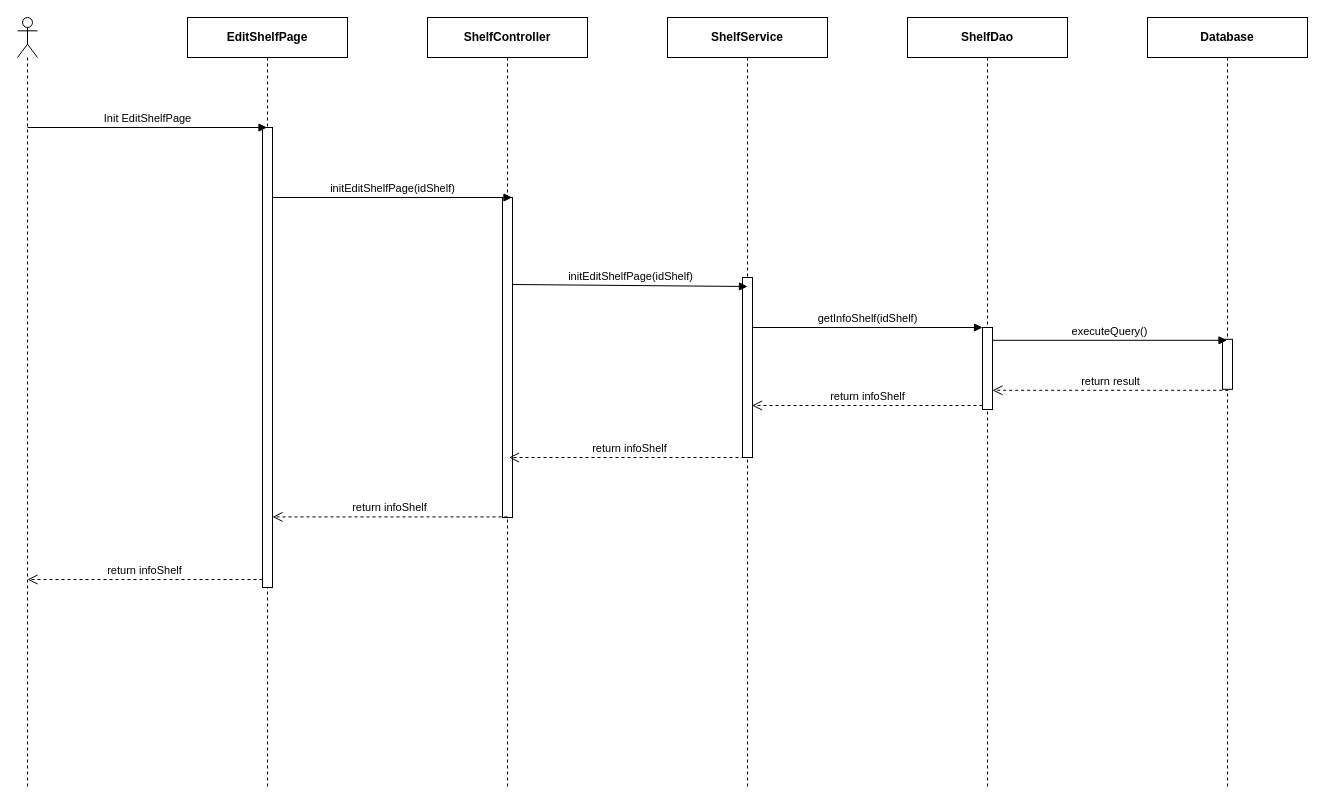
The draw.io diagram page "Ev01" (1 of 2) of 0. Create/Sequece/sc02/SC0203_EditShelf.drawio in luannmdev/CapstoneDocument, before the edit. Source tidied: cells renumbered, new cells numbered last; positions are measured from the earlier drawing's top-left corner, leaving out a move shared by most shapes. Both pictures are drawn from the tidied source at 100%, with x=0, y=0 at pixel (17, 17).
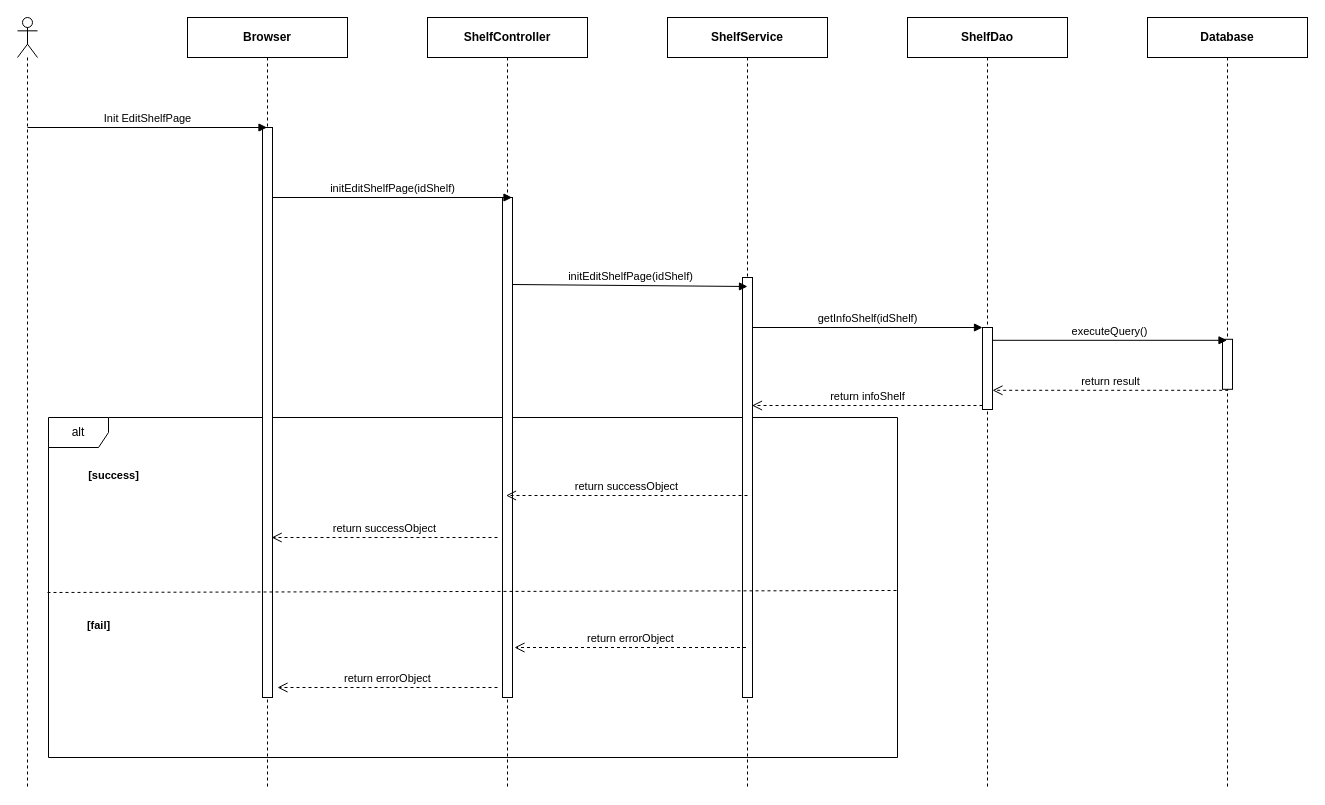
After the change.

The change refers to these unchanged cells:
```xml
<mxCell id="9" value="&lt;b&gt;Shelf&lt;/b&gt;&lt;b&gt;Service&lt;/b&gt;" style="shape=umlLifeline;perimeter=lifelinePerimeter;whiteSpace=wrap;html=1;" parent="1" vertex="1">
  <mxGeometry x="650" width="160" height="770" as="geometry" />
</mxCell>
<mxCell id="11" value="&lt;b&gt;ShelfController&lt;/b&gt;" style="shape=umlLifeline;perimeter=lifelinePerimeter;whiteSpace=wrap;html=1;" parent="1" vertex="1">
  <mxGeometry x="410" width="160" height="770" as="geometry" />
</mxCell>
```

Change to the diagram source:
```diff
@@
+    <mxCell id="23" value="alt" style="shape=umlFrame;whiteSpace=wrap;html=1;" parent="1" vertex="1">
+      <mxGeometry x="31" y="400" width="849" height="340" as="geometry" />
+    </mxCell>
@@
-    <mxCell id="3" value="&lt;b&gt;EditShelfPage&lt;/b&gt;" style="shape=umlLifeline;perimeter=lifelinePerimeter;whiteSpace=wrap;html=1;outlineConnect=0;" parent="1" vertex="1">
+    <mxCell id="3" value="&lt;b&gt;Browser&lt;/b&gt;" style="shape=umlLifeline;perimeter=lifelinePerimeter;whiteSpace=wrap;html=1;outlineConnect=0;" parent="1" vertex="1">
       <mxGeometry x="170" width="160" height="770" as="geometry" />
     </mxCell>
     <mxCell id="4" style="html=1;perimeter=orthogonalPerimeter;" parent="3" vertex="1">
-      <mxGeometry x="75" y="110" width="10" height="460" as="geometry" />
+      <mxGeometry x="75" y="110" width="10" height="570" as="geometry" />
     </mxCell>
@@
     <mxCell id="10" style="html=1;perimeter=orthogonalPerimeter;" parent="9" vertex="1">
-      <mxGeometry x="75" y="260" width="10" height="180" as="geometry" />
+      <mxGeometry x="75" y="260" width="10" height="420" as="geometry" />
     </mxCell>
@@
     <mxCell id="12" style="html=1;perimeter=orthogonalPerimeter;" parent="11" vertex="1">
-      <mxGeometry x="75" y="180" width="10" height="320" as="geometry" />
+      <mxGeometry x="75" y="180" width="10" height="500" as="geometry" />
     </mxCell>
@@
-    <mxCell id="16" value="return&amp;nbsp;&lt;span style=&quot;text-align: left&quot;&gt;infoShelf&lt;/span&gt;" style="html=1;verticalAlign=bottom;endArrow=open;dashed=1;endSize=8;" parent="1" edge="1">
-      <mxGeometry relative="1" as="geometry">
-        <mxPoint x="733" y="440" as="sourcePoint" />
-        <mxPoint x="491.5" y="440" as="targetPoint" />
-      </mxGeometry>
-    </mxCell>
-    <mxCell id="17" value="return&amp;nbsp;&lt;span style=&quot;text-align: left&quot;&gt;infoShelf&lt;/span&gt;" style="html=1;verticalAlign=bottom;endArrow=open;dashed=1;endSize=8;" parent="1" edge="1">
-      <mxGeometry relative="1" as="geometry">
-        <mxPoint x="490" y="499.4" as="sourcePoint" />
-        <mxPoint x="255" y="499.4" as="targetPoint" />
-      </mxGeometry>
-    </mxCell>
@@
-    <mxCell id="22" value="return&amp;nbsp;&lt;span style=&quot;text-align: left&quot;&gt;infoShelf&lt;/span&gt;" style="html=1;verticalAlign=bottom;endArrow=open;dashed=1;endSize=8;" parent="1" edge="1">
-      <mxGeometry relative="1" as="geometry">
-        <mxPoint x="245" y="562" as="sourcePoint" />
-        <mxPoint x="10" y="562" as="targetPoint" />
-      </mxGeometry>
-    </mxCell>
+    <mxCell id="24" value="&lt;span style=&quot;font-size: 11px ; background-color: rgb(255 , 255 , 255)&quot;&gt;&lt;b&gt;[success]&lt;/b&gt;&lt;/span&gt;" style="text;html=1;align=center;verticalAlign=middle;" parent="1" vertex="1">
+      <mxGeometry x="61" y="448" width="70" height="20" as="geometry" />
+    </mxCell>
+    <mxCell id="25" value="&lt;span style=&quot;font-size: 11px ; background-color: rgb(255 , 255 , 255)&quot;&gt;&lt;b&gt;[fail]&lt;/b&gt;&lt;/span&gt;" style="text;html=1;align=center;verticalAlign=middle;" parent="1" vertex="1">
+      <mxGeometry x="61" y="598" width="40" height="20" as="geometry" />
+    </mxCell>
+    <mxCell id="26" value="return errorObject" style="html=1;verticalAlign=bottom;endArrow=open;dashed=1;endSize=8;" parent="1" edge="1">
+      <mxGeometry relative="1" as="geometry">
+        <mxPoint x="480" y="670" as="sourcePoint" />
+        <mxPoint x="260" y="670" as="targetPoint" />
+      </mxGeometry>
+    </mxCell>
+    <mxCell id="27" value="return successObject" style="html=1;verticalAlign=bottom;endArrow=open;dashed=1;endSize=8;" parent="1" edge="1">
+      <mxGeometry relative="1" as="geometry">
+        <mxPoint x="480" y="520" as="sourcePoint" />
+        <mxPoint x="254.2" y="520" as="targetPoint" />
+      </mxGeometry>
+    </mxCell>
+    <mxCell id="28" value="return successObject" style="html=1;verticalAlign=bottom;endArrow=open;dashed=1;endSize=8;" parent="1" edge="1">
+      <mxGeometry relative="1" as="geometry">
+        <mxPoint x="730" y="478" as="sourcePoint" />
+        <mxPoint x="488.5" y="478" as="targetPoint" />
+      </mxGeometry>
+    </mxCell>
+    <mxCell id="29" value="return errorObject" style="html=1;verticalAlign=bottom;endArrow=open;dashed=1;endSize=8;" parent="1" edge="1">
+      <mxGeometry relative="1" as="geometry">
+        <mxPoint x="728.5" y="630" as="sourcePoint" />
+        <mxPoint x="497" y="630" as="targetPoint" />
+      </mxGeometry>
+    </mxCell>
+    <mxCell id="30" style="endArrow=none;dashed=1;html=1;exitX=-0.001;exitY=0.303;exitDx=0;exitDy=0;exitPerimeter=0;" parent="1" edge="1">
+      <mxGeometry relative="1" as="geometry">
+        <mxPoint x="30" y="575" as="sourcePoint" />
+        <mxPoint x="880" y="573" as="targetPoint" />
+      </mxGeometry>
+    </mxCell>
```
